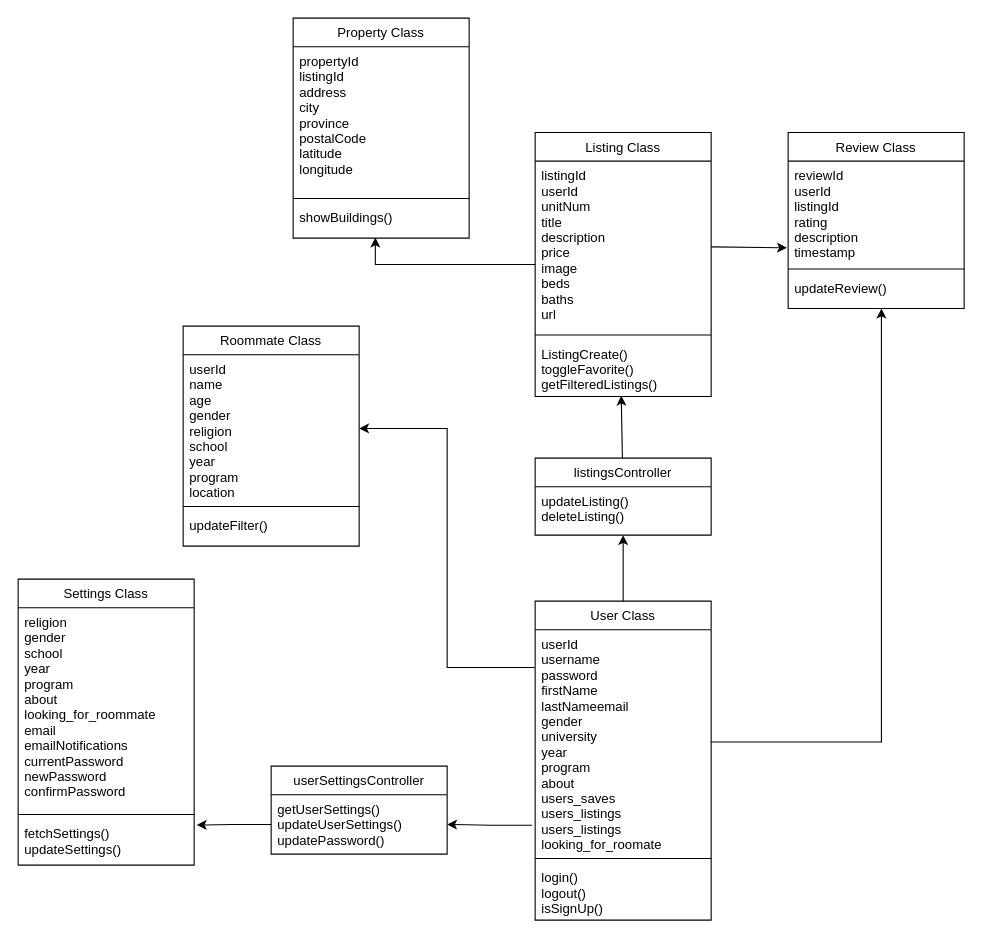
Earlier version of the draw.io diagram User_Class.drawio (WluNest/Diagrams-and-Charts). Source tidied: cells renumbered, new cells numbered last; positions are measured from the earlier drawing's top-left corner, leaving out a move shared by most shapes. Both pictures are drawn from the tidied source at 110%, with x=0, y=0 at pixel (18, 18).
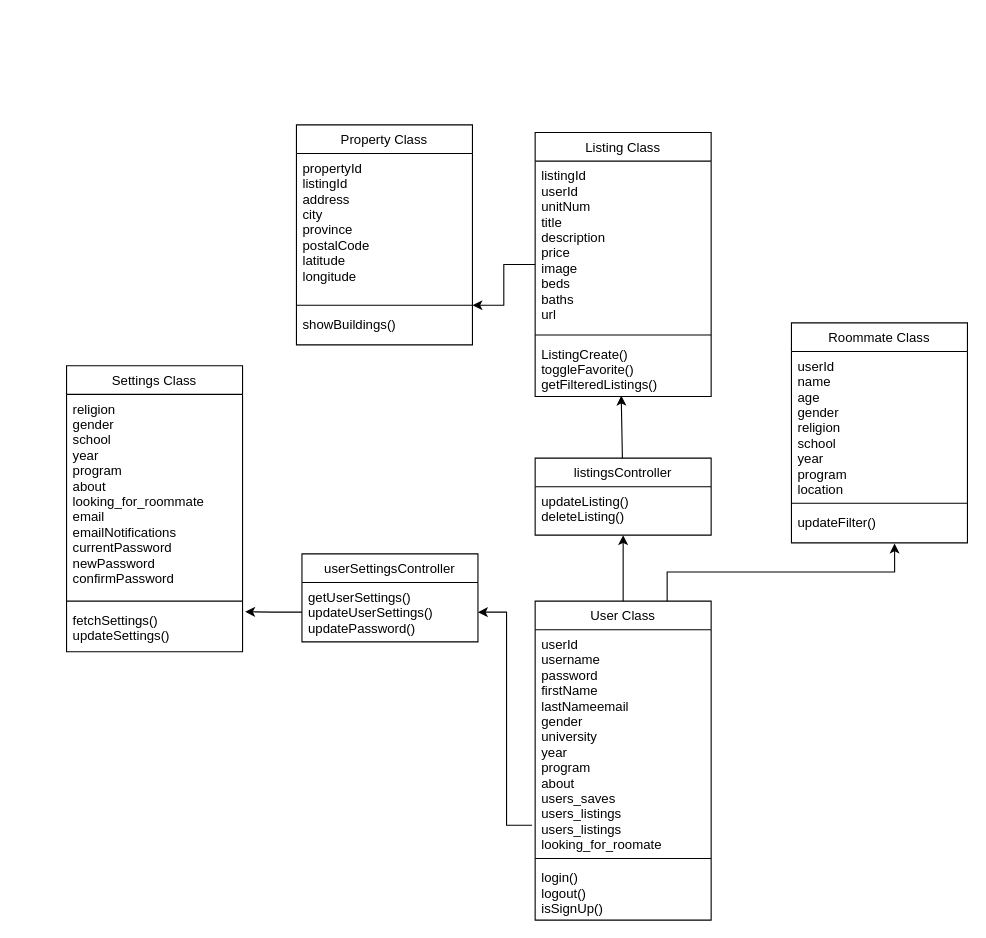
The same diagram, later.

The change refers to these unchanged cells:
```xml
<mxCell id="2" value="User Class" style="swimlane;fontStyle=0;align=center;verticalAlign=top;horizontal=1;startSize=26;rounded=0;shadow=0;strokeWidth=1;" parent="1" vertex="1">
  <mxGeometry x="470" y="530" width="160" height="290" as="geometry" />
</mxCell>
<mxCell id="3" value="userId&#10;username&#10;password&#10;firstName&#10;lastNameemail&#10;gender&#10;university&#10;year&#10;program&#10;about&#10;users_saves&#10;users_listings&#10;users_listings&#10;looking_for_roomate" style="text;align=left;verticalAlign=top;spacingLeft=4;spacingRight=4;overflow=hidden;points=[[0,0.5],[1,0.5]];portConstraint=eastwest;" parent="2" vertex="1">
  <mxGeometry y="26" width="160" height="204" as="geometry" />
</mxCell>
<mxCell id="6" value="Listing Class" style="swimlane;fontStyle=0;align=center;verticalAlign=top;horizontal=1;startSize=26;rounded=0;shadow=0;strokeWidth=1;" parent="1" vertex="1">
  <mxGeometry x="470" y="104" width="160" height="240" as="geometry" />
</mxCell>
<mxCell id="7" value="listingId&#10;userId&#10;unitNum&#10;title&#10;description&#10;price&#10;image&#10;beds&#10;baths&#10;url&#10;" style="text;align=left;verticalAlign=top;spacingLeft=4;spacingRight=4;overflow=hidden;points=[[0,0.5],[1,0.5]];portConstraint=eastwest;" parent="6" vertex="1">
  <mxGeometry y="26" width="160" height="154" as="geometry" />
</mxCell>
<mxCell id="20" style="line;html=1;strokeWidth=1;align=left;verticalAlign=middle;spacingTop=-1;spacingLeft=3;spacingRight=3;labelPosition=right;points=[];portConstraint=eastwest;" parent="18" vertex="1">
  <mxGeometry y="160" width="160" height="8" as="geometry" />
</mxCell>
<mxCell id="21" value="showBuildings()" style="text;align=left;verticalAlign=top;spacingLeft=4;spacingRight=4;overflow=hidden;points=[[0,0.5],[1,0.5]];portConstraint=eastwest;fontStyle=0;" parent="18" vertex="1">
  <mxGeometry y="168" width="160" height="32" as="geometry" />
</mxCell>
<mxCell id="25" value="userId&#10;name&#10;age&#10;gender&#10;religion&#10;school&#10;year&#10;program&#10;location" style="text;align=left;verticalAlign=top;spacingLeft=4;spacingRight=4;overflow=hidden;points=[[0,0.5],[1,0.5]];portConstraint=eastwest;" parent="24" vertex="1">
  <mxGeometry y="26" width="160" height="134" as="geometry" />
</mxCell>
<mxCell id="27" value="updateFilter()" style="text;align=left;verticalAlign=top;spacingLeft=4;spacingRight=4;overflow=hidden;points=[[0,0.5],[1,0.5]];portConstraint=eastwest;fontStyle=0;" parent="24" vertex="1">
  <mxGeometry y="168" width="160" height="32" as="geometry" />
</mxCell>
```

The edit, as a diff of the source:
```diff
@@
+    <mxCell id="38" style="edgeStyle=orthogonalEdgeStyle;rounded=0;jettySize=auto;html=1;" parent="1" edge="1" source="6" target="20">
+      <mxGeometry relative="1" as="geometry" />
+    </mxCell>
@@
     <mxCell id="10" value="userSettingsController" style="swimlane;fontStyle=0;align=center;verticalAlign=top;horizontal=1;startSize=26;rounded=0;shadow=0;strokeWidth=1;" parent="1" vertex="1">
-      <mxGeometry x="230" y="680" width="160" height="80" as="geometry" />
+      <mxGeometry x="258" y="487" width="160" height="80" as="geometry" />
     </mxCell>
@@
-    <mxCell id="12" value="Review Class" style="swimlane;fontStyle=0;align=center;verticalAlign=top;horizontal=1;startSize=26;rounded=0;shadow=0;strokeWidth=1;" parent="1" vertex="1">
-      <mxGeometry x="700" y="104" width="160" height="160" as="geometry" />
-    </mxCell>
-    <mxCell id="13" value="reviewId&#10;userId&#10;listingId&#10;rating&#10;description&#10;timestamp" style="text;align=left;verticalAlign=top;spacingLeft=4;spacingRight=4;overflow=hidden;points=[[0,0.5],[1,0.5]];portConstraint=eastwest;" parent="12" vertex="1">
-      <mxGeometry y="26" width="160" height="94" as="geometry" />
-    </mxCell>
-    <mxCell id="14" style="line;html=1;strokeWidth=1;align=left;verticalAlign=middle;spacingTop=-1;spacingLeft=3;spacingRight=3;labelPosition=right;" parent="12" vertex="1">
-      <mxGeometry y="120" width="160" height="8" as="geometry" />
-    </mxCell>
-    <mxCell id="15" value="updateReview()" style="text;align=left;verticalAlign=top;spacingLeft=4;spacingRight=4;overflow=hidden;points=[[0,0.5],[1,0.5]];portConstraint=eastwest;fontStyle=0;" parent="12" vertex="1">
-      <mxGeometry y="128" width="160" height="32" as="geometry" />
-    </mxCell>
-    <mxCell id="16" style="rounded=0;jettySize=auto;html=1;entryX=-0.007;entryY=0.838;entryDx=0;entryDy=0;entryPerimeter=0;" parent="1" edge="1" source="7" target="13">
-      <mxGeometry relative="1" as="geometry" />
-    </mxCell>
-    <mxCell id="17" style="edgeStyle=orthogonalEdgeStyle;rounded=0;jettySize=auto;html=1;exitX=1;exitY=0.5;exitDx=0;exitDy=0;entryX=0.53;entryY=1.002;entryDx=0;entryDy=0;entryPerimeter=0;" parent="1" edge="1" source="3" target="15">
-      <mxGeometry relative="1" as="geometry" />
-    </mxCell>
     <mxCell id="18" value="Property Class" style="swimlane;fontStyle=0;align=center;verticalAlign=top;horizontal=1;startSize=26;rounded=0;shadow=0;strokeWidth=1;" parent="1" vertex="1">
-      <mxGeometry x="250" width="160" height="200" as="geometry" />
+      <mxGeometry x="253" y="97" width="160" height="200" as="geometry" />
     </mxCell>
@@
-    <mxCell id="22" style="edgeStyle=orthogonalEdgeStyle;rounded=0;jettySize=auto;html=1;entryX=0.467;entryY=0.983;entryDx=0;entryDy=0;entryPerimeter=0;" parent="1" edge="1" source="6" target="21">
-      <mxGeometry relative="1" as="geometry" />
-    </mxCell>
@@
     <mxCell id="24" value="Roommate Class" style="swimlane;fontStyle=0;align=center;verticalAlign=top;horizontal=1;startSize=26;rounded=0;shadow=0;strokeWidth=1;" parent="1" vertex="1">
-      <mxGeometry x="150" y="280" width="160" height="200" as="geometry" />
+      <mxGeometry x="703" y="277" width="160" height="200" as="geometry" />
     </mxCell>
@@
     <mxCell id="28" value="Settings Class" style="swimlane;fontStyle=0;align=center;verticalAlign=top;horizontal=1;startSize=26;rounded=0;shadow=0;strokeWidth=1;" parent="1" vertex="1">
-      <mxGeometry y="510" width="160" height="260" as="geometry" />
+      <mxGeometry x="44" y="316" width="160" height="260" as="geometry" />
     </mxCell>
@@
-    <mxCell id="33" style="edgeStyle=orthogonalEdgeStyle;rounded=0;jettySize=auto;html=1;exitX=-0.003;exitY=0.168;exitDx=0;exitDy=0;exitPerimeter=0;" parent="1" edge="1" source="3" target="25">
-      <mxGeometry relative="1" as="geometry" />
-    </mxCell>
@@
+    <mxCell id="39" style="edgeStyle=orthogonalEdgeStyle;rounded=0;jettySize=auto;html=1;exitX=0.75;exitY=0;exitDx=0;exitDy=0;entryX=0.586;entryY=1.018;entryDx=0;entryDy=0;entryPerimeter=0;" parent="1" edge="1" source="2" target="27">
+      <mxGeometry relative="1" as="geometry" />
+    </mxCell>
```
